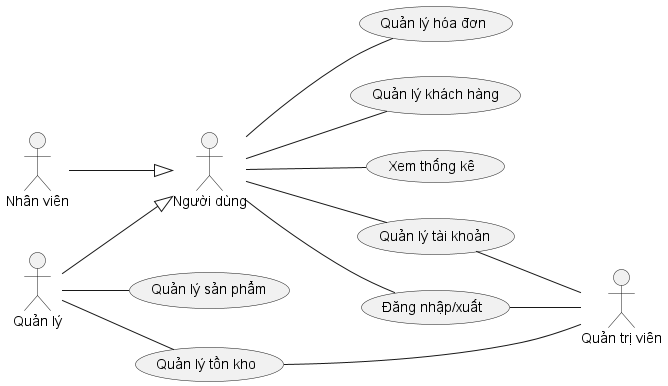
Earlier version of the PlantUML export docs/System Design/usecase/General/General.png (Corn207/Inventoice). Source of this version:
```plantuml
@startuml
left to right direction

actor :Người dùng: as User
actor :Quản lý: as Manager
actor :Nhân viên: as Staff
actor :Quản trị viên: as Admin

usecase ManageProduct as "Quản lý sản phẩm"

usecase ManageInventory as "Quản lý tồn kho"

usecase ManageInvoice as "Quản lý hóa đơn"

usecase ManageClient as "Quản lý khách hàng"

usecase GetStatistic as "Xem thống kê"

usecase ManageAccount as "Quản lý tài khoản"
usecase LoginLogout as "Đăng nhập/xuất"

Manager --|> User
Staff --|> User

User -- LoginLogout
LoginLogout -- Admin

ManageAccount -- Admin
User -- ManageAccount

Manager -- ManageProduct

ManageInventory -- Admin
Manager -- ManageInventory

User -- ManageInvoice

User -- ManageClient

User -- GetStatistic
@enduml
```
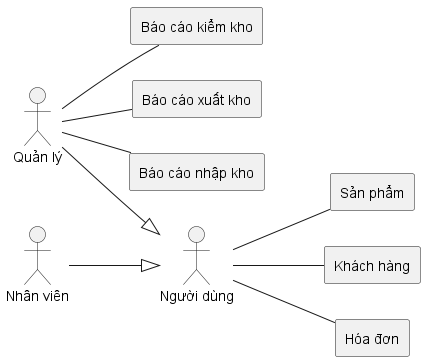
After the commit.

The edit, as a diff of the source:
```diff
@@ -1,41 +1,36 @@
-@startuml
+@startuml General
 left to right direction
 
 actor :Người dùng: as User
 actor :Quản lý: as Manager
 actor :Nhân viên: as Staff
-actor :Quản trị viên: as Admin
 
-usecase ManageProduct as "Quản lý sản phẩm"
+rectangle Product as "Sản phẩm" {
 
-usecase ManageInventory as "Quản lý tồn kho"
+}
+rectangle Client as "Khách hàng" {
 
-usecase ManageInvoice as "Quản lý hóa đơn"
+}
+rectangle AuditReport as "Báo cáo kiểm kho" {
 
-usecase ManageClient as "Quản lý khách hàng"
+}
+rectangle ExportReport as "Báo cáo xuất kho" {
 
-usecase GetStatistic as "Xem thống kê"
+}
+rectangle ImportReport as "Báo cáo nhập kho" {
 
-usecase ManageAccount as "Quản lý tài khoản"
-usecase LoginLogout as "Đăng nhập/xuất"
+}
+rectangle Invoice as "Hóa đơn" {
+
+}
 
 Manager --|> User
 Staff --|> User
 
-User -- LoginLogout
-LoginLogout -- Admin
-
-ManageAccount -- Admin
-User -- ManageAccount
-
-Manager -- ManageProduct
-
-ManageInventory -- Admin
-Manager -- ManageInventory
-
-User -- ManageInvoice
-
-User -- ManageClient
-
-User -- GetStatistic
+Manager -- AuditReport
+Manager -- ExportReport
+Manager -- ImportReport
+User -- Client
+User -- Product
+User -- Invoice
 @enduml
```
